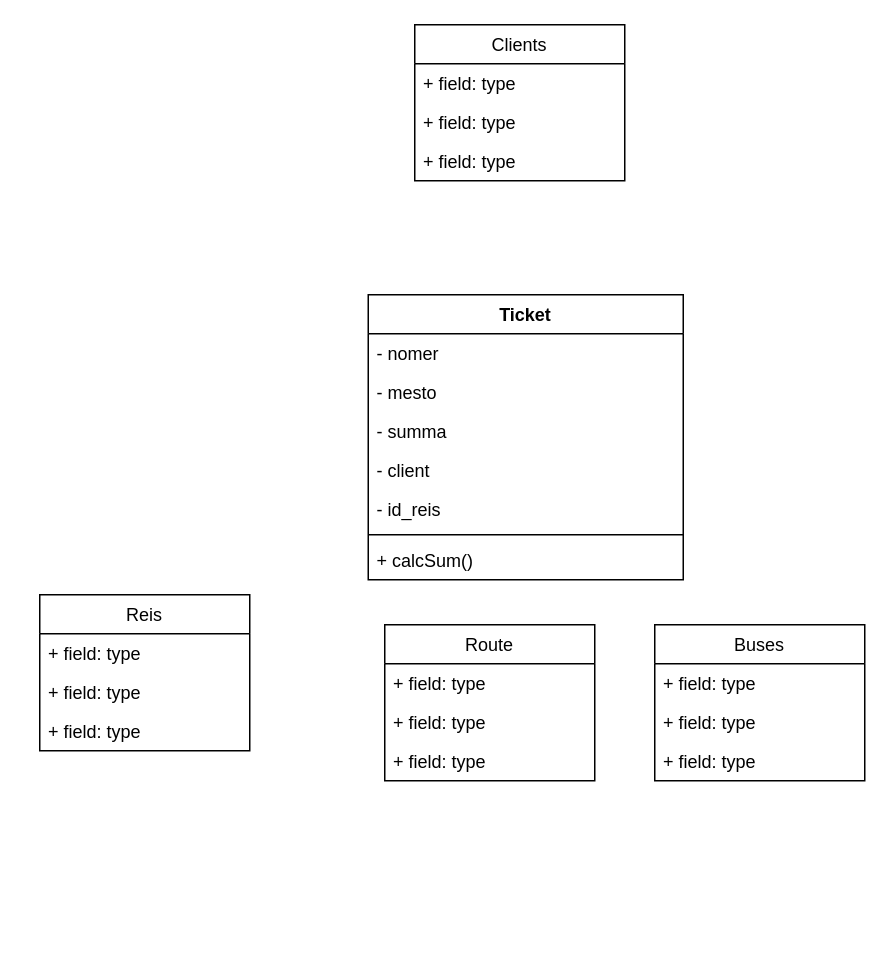
Above: Диаграмма без названия.drawio in Air5555/air5555.github.io (draw.io), before the change. Source tidied: cells renumbered, new cells numbered last; positions are measured from the earlier drawing's top-left corner, leaving out a move shared by most shapes. Both pictures are drawn from the tidied source at 150%, with x=0, y=0 at pixel (39, 24).
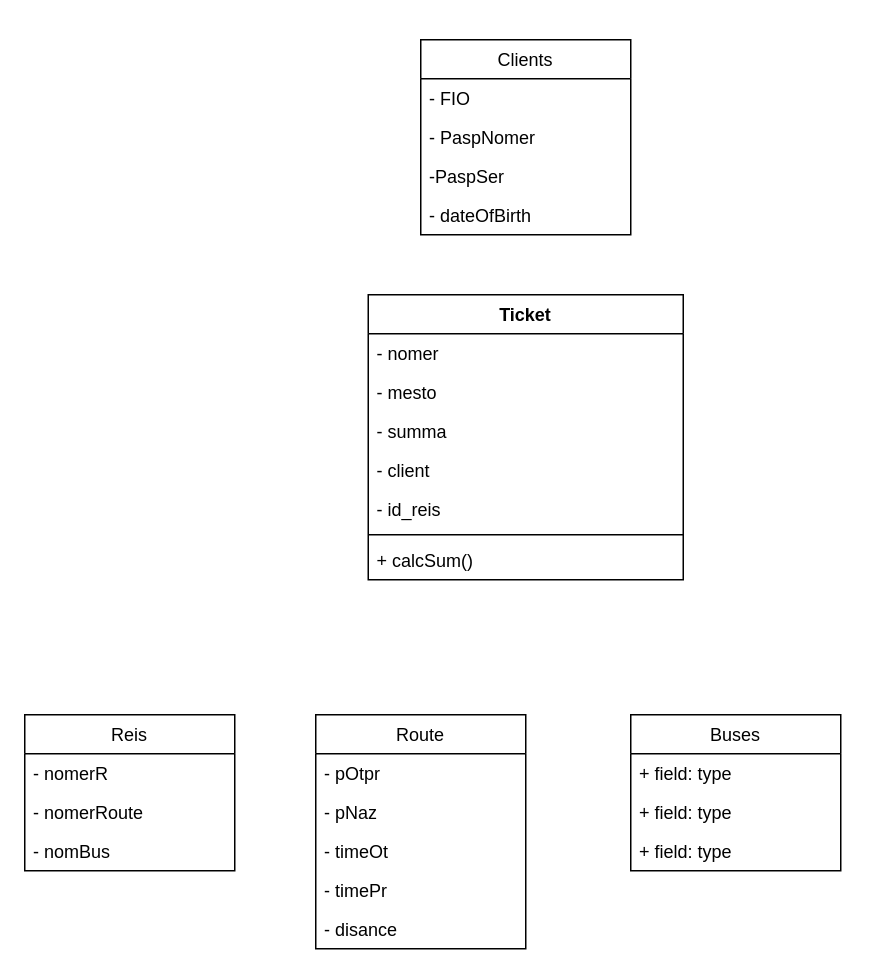
The same diagram, later.

What changed in the source:
```diff
@@
     <mxCell id="2" value="Route" style="swimlane;fontStyle=0;horizontal=1;startSize=26;fillColor=none;" parent="1" vertex="1">
-      <mxGeometry x="230" y="400" width="140" height="104" as="geometry" />
+      <mxGeometry x="184" y="460" width="140" height="156" as="geometry" />
     </mxCell>
-    <mxCell id="3" value="+ field: type" style="text;strokeColor=none;fillColor=none;align=left;verticalAlign=top;spacingLeft=4;spacingRight=4;overflow=hidden;" parent="2" vertex="1">
+    <mxCell id="3" value="- pOtpr" style="text;strokeColor=none;fillColor=none;align=left;verticalAlign=top;spacingLeft=4;spacingRight=4;overflow=hidden;" parent="2" vertex="1">
       <mxGeometry y="26" width="140" height="26" as="geometry" />
     </mxCell>
-    <mxCell id="4" value="+ field: type" style="text;strokeColor=none;fillColor=none;align=left;verticalAlign=top;spacingLeft=4;spacingRight=4;overflow=hidden;" parent="2" vertex="1">
+    <mxCell id="4" value="- pNaz" style="text;strokeColor=none;fillColor=none;align=left;verticalAlign=top;spacingLeft=4;spacingRight=4;overflow=hidden;" parent="2" vertex="1">
       <mxGeometry y="52" width="140" height="26" as="geometry" />
     </mxCell>
+    <mxCell id="26" value="- timeOt" style="text;strokeColor=none;fillColor=none;align=left;verticalAlign=top;spacingLeft=4;spacingRight=4;overflow=hidden;" parent="2" vertex="1">
+      <mxGeometry y="78" width="140" height="26" as="geometry" />
+    </mxCell>
-    <mxCell id="5" value="+ field: type" style="text;strokeColor=none;fillColor=none;align=left;verticalAlign=top;spacingLeft=4;spacingRight=4;overflow=hidden;" parent="2" vertex="1">
-      <mxGeometry y="78" width="140" height="26" as="geometry" />
+    <mxCell id="5" value="- timePr" style="text;strokeColor=none;fillColor=none;align=left;verticalAlign=top;spacingLeft=4;spacingRight=4;overflow=hidden;" parent="2" vertex="1">
+      <mxGeometry y="104" width="140" height="26" as="geometry" />
     </mxCell>
+    <mxCell id="27" value="- disance" style="text;strokeColor=none;fillColor=none;align=left;verticalAlign=top;spacingLeft=4;spacingRight=4;overflow=hidden;" parent="2" vertex="1">
+      <mxGeometry y="130" width="140" height="26" as="geometry" />
+    </mxCell>
     <mxCell id="6" value="Buses" style="swimlane;fontStyle=0;horizontal=1;startSize=26;fillColor=none;" parent="1" vertex="1">
-      <mxGeometry x="410" y="400" width="140" height="104" as="geometry" />
+      <mxGeometry x="394" y="460" width="140" height="104" as="geometry" />
     </mxCell>
@@
     <mxCell id="10" value="Reis" style="swimlane;fontStyle=0;horizontal=1;startSize=26;fillColor=none;" parent="1" vertex="1">
-      <mxGeometry y="380" width="140" height="104" as="geometry" />
+      <mxGeometry x="-10" y="460" width="140" height="104" as="geometry" />
     </mxCell>
-    <mxCell id="11" value="+ field: type" style="text;strokeColor=none;fillColor=none;align=left;verticalAlign=top;spacingLeft=4;spacingRight=4;overflow=hidden;" parent="10" vertex="1">
+    <mxCell id="11" value="- nomerR" style="text;strokeColor=none;fillColor=none;align=left;verticalAlign=top;spacingLeft=4;spacingRight=4;overflow=hidden;" parent="10" vertex="1">
       <mxGeometry y="26" width="140" height="26" as="geometry" />
     </mxCell>
-    <mxCell id="12" value="+ field: type" style="text;strokeColor=none;fillColor=none;align=left;verticalAlign=top;spacingLeft=4;spacingRight=4;overflow=hidden;" parent="10" vertex="1">
+    <mxCell id="12" value="- nomerRoute" style="text;strokeColor=none;fillColor=none;align=left;verticalAlign=top;spacingLeft=4;spacingRight=4;overflow=hidden;" parent="10" vertex="1">
       <mxGeometry y="52" width="140" height="26" as="geometry" />
     </mxCell>
-    <mxCell id="13" value="+ field: type" style="text;strokeColor=none;fillColor=none;align=left;verticalAlign=top;spacingLeft=4;spacingRight=4;overflow=hidden;" parent="10" vertex="1">
+    <mxCell id="13" value="- nomBus" style="text;strokeColor=none;fillColor=none;align=left;verticalAlign=top;spacingLeft=4;spacingRight=4;overflow=hidden;" parent="10" vertex="1">
       <mxGeometry y="78" width="140" height="26" as="geometry" />
     </mxCell>
     <mxCell id="14" value="Clients" style="swimlane;fontStyle=0;horizontal=1;startSize=26;fillColor=none;" parent="1" vertex="1">
-      <mxGeometry x="250" width="140" height="104" as="geometry" />
+      <mxGeometry x="254" y="10" width="140" height="130" as="geometry" />
     </mxCell>
-    <mxCell id="15" value="+ field: type" style="text;strokeColor=none;fillColor=none;align=left;verticalAlign=top;spacingLeft=4;spacingRight=4;overflow=hidden;" parent="14" vertex="1">
+    <mxCell id="15" value="- FIO" style="text;strokeColor=none;fillColor=none;align=left;verticalAlign=top;spacingLeft=4;spacingRight=4;overflow=hidden;" parent="14" vertex="1">
       <mxGeometry y="26" width="140" height="26" as="geometry" />
     </mxCell>
-    <mxCell id="16" value="+ field: type" style="text;strokeColor=none;fillColor=none;align=left;verticalAlign=top;spacingLeft=4;spacingRight=4;overflow=hidden;" parent="14" vertex="1">
+    <mxCell id="16" value="- PaspNomer" style="text;strokeColor=none;fillColor=none;align=left;verticalAlign=top;spacingLeft=4;spacingRight=4;overflow=hidden;" parent="14" vertex="1">
       <mxGeometry y="52" width="140" height="26" as="geometry" />
     </mxCell>
-    <mxCell id="17" value="+ field: type" style="text;strokeColor=none;fillColor=none;align=left;verticalAlign=top;spacingLeft=4;spacingRight=4;overflow=hidden;" parent="14" vertex="1">
+    <mxCell id="17" value="-PaspSer" style="text;strokeColor=none;fillColor=none;align=left;verticalAlign=top;spacingLeft=4;spacingRight=4;overflow=hidden;" parent="14" vertex="1">
       <mxGeometry y="78" width="140" height="26" as="geometry" />
     </mxCell>
+    <mxCell id="28" value="- dateOfBirth" style="text;strokeColor=none;fillColor=none;align=left;verticalAlign=top;spacingLeft=4;spacingRight=4;overflow=hidden;" parent="14" vertex="1">
+      <mxGeometry y="104" width="140" height="26" as="geometry" />
+    </mxCell>
```
